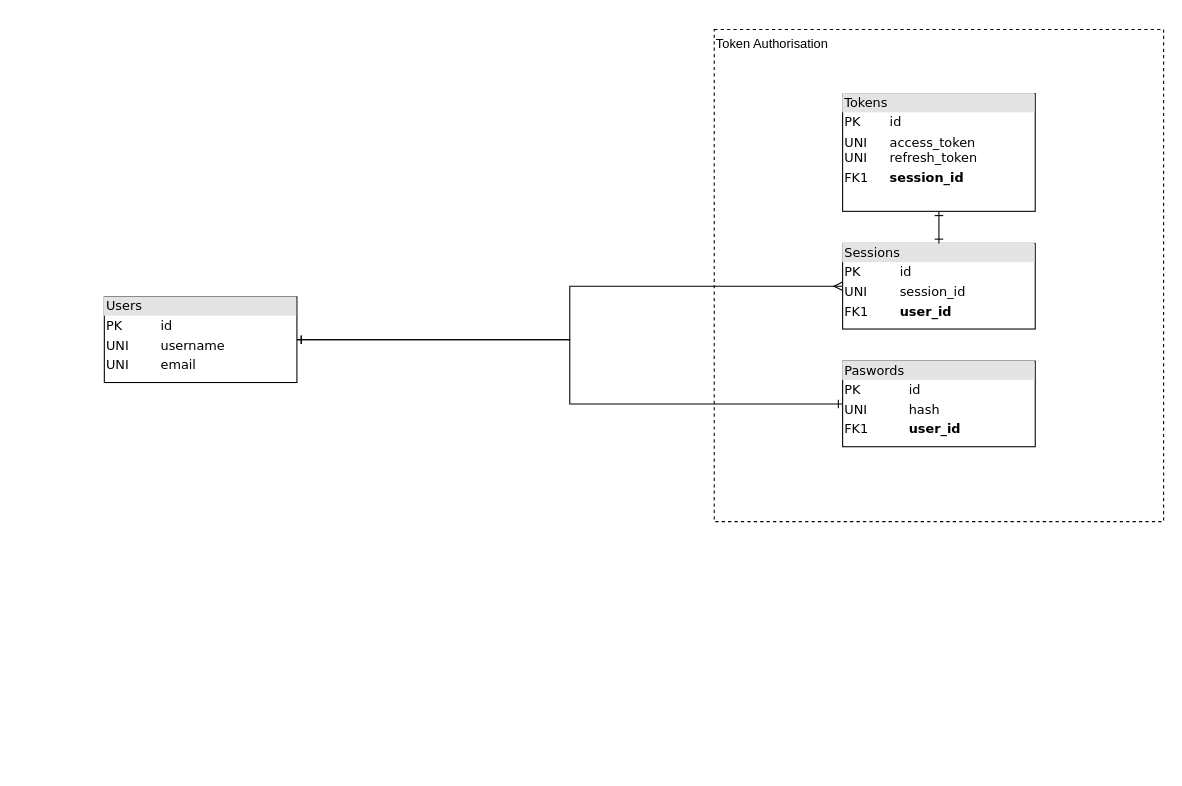
This is rateme.drawio from rateme-io/main, a draw.io file, before an edit. Source tidied: cells renumbered, new cells numbered last; positions are measured from the earlier drawing's top-left corner, leaving out a move shared by most shapes. Both pictures are drawn from the tidied source at 107%, with x=0, y=0 at pixel (104, 29).
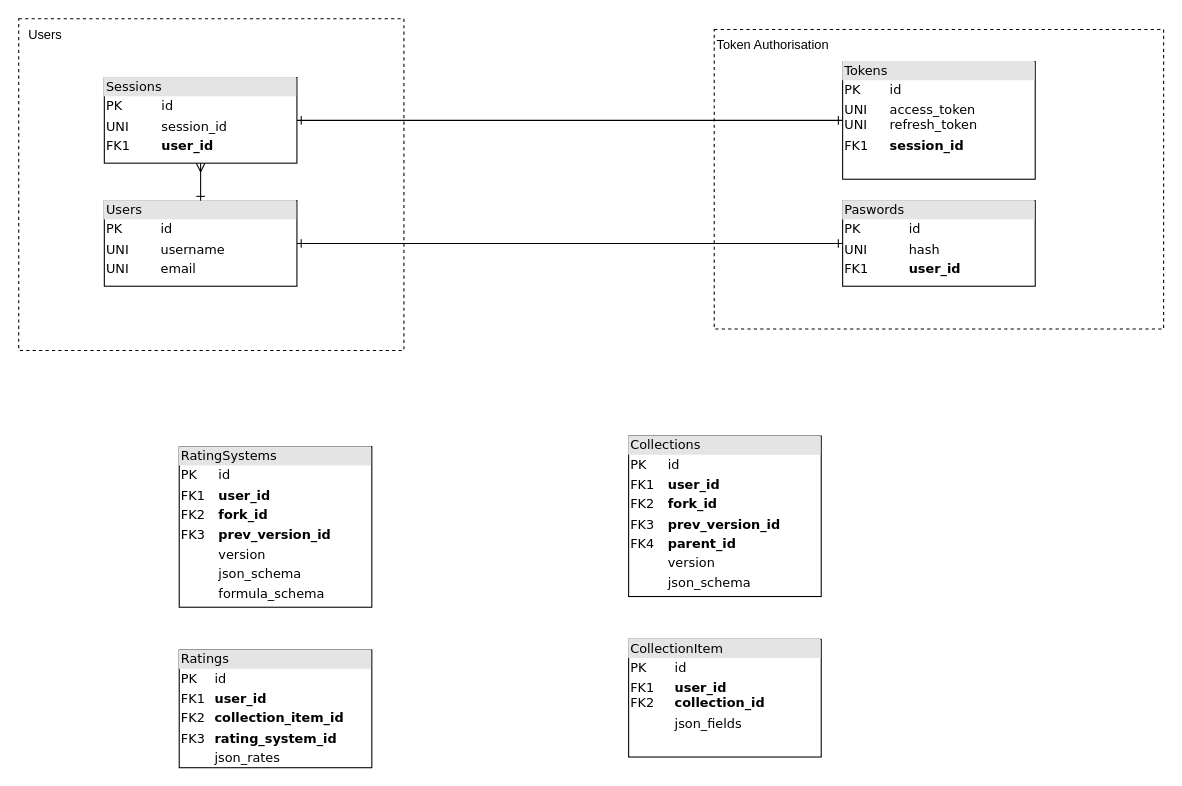
After the change.

Diff of the diagram source:
```diff
@@
+    <mxCell id="10" style="group;" parent="1" vertex="1">
+      <mxGeometry x="-80" y="-10" width="360" height="310" as="geometry" />
+    </mxCell>
-    <mxCell id="2" value="&lt;div style=&quot;box-sizing: border-box; width: 100%; background: rgb(228, 228, 228); padding: 2px;&quot;&gt;Users&lt;/div&gt;&lt;table style=&quot;width:100%;font-size:1em;&quot; cellpadding=&quot;2&quot; cellspacing=&quot;0&quot;&gt;&lt;tbody&gt;&lt;tr&gt;&lt;td&gt;PK&lt;/td&gt;&lt;td&gt;id&lt;/td&gt;&lt;/tr&gt;&lt;tr&gt;&lt;td&gt;UNI&lt;/td&gt;&lt;td&gt;username&lt;/td&gt;&lt;/tr&gt;&lt;tr&gt;&lt;td&gt;UNI&lt;/td&gt;&lt;td&gt;email&lt;/td&gt;&lt;/tr&gt;&lt;/tbody&gt;&lt;/table&gt;" style="verticalAlign=top;align=left;overflow=fill;html=1;rounded=0;shadow=0;comic=0;labelBackgroundColor=none;strokeWidth=1;fontFamily=Verdana;fontSize=12;" parent="1" vertex="1">
-      <mxGeometry y="250" width="180" height="80" as="geometry" />
+    <mxCell id="2" value="&lt;div style=&quot;box-sizing: border-box; width: 100%; background: rgb(228, 228, 228); padding: 2px;&quot;&gt;Users&lt;/div&gt;&lt;table style=&quot;width:100%;font-size:1em;&quot; cellpadding=&quot;2&quot; cellspacing=&quot;0&quot;&gt;&lt;tbody&gt;&lt;tr&gt;&lt;td&gt;PK&lt;/td&gt;&lt;td&gt;id&lt;/td&gt;&lt;/tr&gt;&lt;tr&gt;&lt;td&gt;UNI&lt;/td&gt;&lt;td&gt;username&lt;/td&gt;&lt;/tr&gt;&lt;tr&gt;&lt;td&gt;UNI&lt;/td&gt;&lt;td&gt;email&lt;/td&gt;&lt;/tr&gt;&lt;/tbody&gt;&lt;/table&gt;" style="verticalAlign=top;align=left;overflow=fill;html=1;rounded=0;shadow=0;comic=0;labelBackgroundColor=none;strokeWidth=1;fontFamily=Verdana;fontSize=12;" parent="10" vertex="1">
+      <mxGeometry x="80" y="170" width="180" height="80" as="geometry" />
     </mxCell>
-    <mxCell id="3" style="edgeStyle=orthogonalEdgeStyle;rounded=0;jettySize=auto;html=1;entryX=1;entryY=0.5;entryDx=0;entryDy=0;endArrow=ERone;endFill=0;startArrow=ERone;startFill=0;" parent="1" edge="1" source="4" target="2">
-      <mxGeometry relative="1" as="geometry" />
-    </mxCell>
-    <mxCell id="4" value="&lt;div style=&quot;box-sizing: border-box; width: 100%; background: rgb(228, 228, 228); padding: 2px;&quot;&gt;Paswords&lt;/div&gt;&lt;table style=&quot;width:100%;font-size:1em;&quot; cellpadding=&quot;2&quot; cellspacing=&quot;0&quot;&gt;&lt;tbody&gt;&lt;tr&gt;&lt;td&gt;PK&lt;/td&gt;&lt;td&gt;id&lt;/td&gt;&lt;/tr&gt;&lt;tr&gt;&lt;td&gt;UNI&lt;/td&gt;&lt;td&gt;hash&lt;/td&gt;&lt;/tr&gt;&lt;tr&gt;&lt;td&gt;FK1&lt;/td&gt;&lt;td&gt;&lt;b&gt;user_id&lt;/b&gt;&lt;/td&gt;&lt;/tr&gt;&lt;/tbody&gt;&lt;/table&gt;" style="verticalAlign=top;align=left;overflow=fill;html=1;rounded=0;shadow=0;comic=0;labelBackgroundColor=none;strokeWidth=1;fontFamily=Verdana;fontSize=12;" parent="1" vertex="1">
-      <mxGeometry x="690" y="310" width="180" height="80" as="geometry" />
-    </mxCell>
-    <mxCell id="5" style="edgeStyle=orthogonalEdgeStyle;rounded=0;jettySize=auto;html=1;endArrow=ERone;endFill=0;startArrow=ERmany;startFill=0;" parent="1" edge="1" source="6" target="2">
+    <mxCell id="5" style="edgeStyle=orthogonalEdgeStyle;rounded=0;jettySize=auto;html=1;endArrow=ERone;endFill=0;startArrow=ERmany;startFill=0;" parent="10" edge="1" source="6" target="2">
       <mxGeometry relative="1" as="geometry" />
     </mxCell>
-    <mxCell id="6" value="&lt;div style=&quot;box-sizing: border-box; width: 100%; background: rgb(228, 228, 228); padding: 2px;&quot;&gt;Sessions&lt;/div&gt;&lt;table style=&quot;width:100%;font-size:1em;&quot; cellpadding=&quot;2&quot; cellspacing=&quot;0&quot;&gt;&lt;tbody&gt;&lt;tr&gt;&lt;td&gt;PK&lt;/td&gt;&lt;td&gt;id&lt;/td&gt;&lt;/tr&gt;&lt;tr&gt;&lt;td&gt;UNI&lt;/td&gt;&lt;td&gt;session_id&lt;/td&gt;&lt;/tr&gt;&lt;tr&gt;&lt;td&gt;FK1&lt;/td&gt;&lt;td&gt;&lt;b&gt;user_id&lt;/b&gt;&lt;/td&gt;&lt;/tr&gt;&lt;/tbody&gt;&lt;/table&gt;" style="verticalAlign=top;align=left;overflow=fill;html=1;rounded=0;shadow=0;comic=0;labelBackgroundColor=none;strokeWidth=1;fontFamily=Verdana;fontSize=12;" parent="1" vertex="1">
-      <mxGeometry x="690" y="200" width="180" height="80" as="geometry" />
+    <mxCell id="6" value="&lt;div style=&quot;box-sizing: border-box; width: 100%; background: rgb(228, 228, 228); padding: 2px;&quot;&gt;Sessions&lt;/div&gt;&lt;table style=&quot;width:100%;font-size:1em;&quot; cellpadding=&quot;2&quot; cellspacing=&quot;0&quot;&gt;&lt;tbody&gt;&lt;tr&gt;&lt;td&gt;PK&lt;/td&gt;&lt;td&gt;id&lt;/td&gt;&lt;/tr&gt;&lt;tr&gt;&lt;td&gt;UNI&lt;/td&gt;&lt;td&gt;session_id&lt;/td&gt;&lt;/tr&gt;&lt;tr&gt;&lt;td&gt;FK1&lt;/td&gt;&lt;td&gt;&lt;b&gt;user_id&lt;/b&gt;&lt;/td&gt;&lt;/tr&gt;&lt;/tbody&gt;&lt;/table&gt;" style="verticalAlign=top;align=left;overflow=fill;html=1;rounded=0;shadow=0;comic=0;labelBackgroundColor=none;strokeWidth=1;fontFamily=Verdana;fontSize=12;" parent="10" vertex="1">
+      <mxGeometry x="80" y="55" width="180" height="80" as="geometry" />
     </mxCell>
+    <mxCell id="11" style="rounded=0;whiteSpace=wrap;html=1;fillColor=none;dashed=1;" parent="10" vertex="1">
+      <mxGeometry width="360" height="310" as="geometry" />
+    </mxCell>
+    <mxCell id="12" value="Users" style="text;html=1;align=center;verticalAlign=middle;whiteSpace=wrap;rounded=0;" parent="10" vertex="1">
+      <mxGeometry width="50" height="30" as="geometry" />
+    </mxCell>
+    <mxCell id="13" parent="0" />
+    <mxCell id="14" style="edgeStyle=orthogonalEdgeStyle;rounded=0;jettySize=auto;html=1;entryX=1;entryY=0.5;entryDx=0;entryDy=0;endArrow=ERone;endFill=0;startArrow=ERone;startFill=0;" parent="13" edge="1" source="4">
+      <mxGeometry relative="1" as="geometry" />
+    </mxCell>
+    <mxCell id="3" style="edgeStyle=orthogonalEdgeStyle;rounded=0;jettySize=auto;html=1;entryX=1;entryY=0.5;entryDx=0;entryDy=0;endArrow=ERone;endFill=0;startArrow=ERone;startFill=0;" parent="13" edge="1" source="4" target="2">
+      <mxGeometry relative="1" as="geometry" />
+    </mxCell>
+    <mxCell id="15" style="edgeStyle=orthogonalEdgeStyle;rounded=0;jettySize=auto;html=1;entryX=1;entryY=0.5;entryDx=0;entryDy=0;endArrow=ERone;endFill=0;startArrow=ERone;startFill=0;" parent="13" edge="1" source="8">
+      <mxGeometry relative="1" as="geometry" />
+    </mxCell>
-    <mxCell id="7" style="edgeStyle=orthogonalEdgeStyle;rounded=0;jettySize=auto;html=1;entryX=0.5;entryY=0;entryDx=0;entryDy=0;endArrow=ERone;endFill=0;startArrow=ERone;startFill=0;" parent="1" edge="1" source="8" target="6">
+    <mxCell id="7" style="edgeStyle=orthogonalEdgeStyle;rounded=0;jettySize=auto;html=1;entryX=1;entryY=0.5;entryDx=0;entryDy=0;endArrow=ERone;endFill=0;startArrow=ERone;startFill=0;" parent="13" edge="1" source="8" target="6">
       <mxGeometry relative="1" as="geometry" />
     </mxCell>
+    <mxCell id="16" style="group;" parent="13" vertex="1">
+      <mxGeometry x="570" width="420" height="280" as="geometry" />
+    </mxCell>
+    <mxCell id="17" style="group;" parent="16" vertex="1">
+      <mxGeometry width="420" height="280" as="geometry" />
+    </mxCell>
+    <mxCell id="18" value="&lt;div&gt;&lt;br&gt;&lt;/div&gt;" style="rounded=0;whiteSpace=wrap;html=1;fillColor=none;dashed=1;align=left;" parent="17" vertex="1">
+      <mxGeometry width="420" height="280" as="geometry" />
+    </mxCell>
+    <mxCell id="9" value="Token Authorisation" style="text;html=1;align=center;verticalAlign=middle;whiteSpace=wrap;rounded=0;" parent="17" vertex="1">
+      <mxGeometry width="110" height="30" as="geometry" />
+    </mxCell>
+    <mxCell id="4" value="&lt;div style=&quot;box-sizing: border-box; width: 100%; background: rgb(228, 228, 228); padding: 2px;&quot;&gt;Paswords&lt;/div&gt;&lt;table style=&quot;width:100%;font-size:1em;&quot; cellpadding=&quot;2&quot; cellspacing=&quot;0&quot;&gt;&lt;tbody&gt;&lt;tr&gt;&lt;td&gt;PK&lt;/td&gt;&lt;td&gt;id&lt;/td&gt;&lt;/tr&gt;&lt;tr&gt;&lt;td&gt;UNI&lt;/td&gt;&lt;td&gt;hash&lt;/td&gt;&lt;/tr&gt;&lt;tr&gt;&lt;td&gt;FK1&lt;/td&gt;&lt;td&gt;&lt;b&gt;user_id&lt;/b&gt;&lt;/td&gt;&lt;/tr&gt;&lt;/tbody&gt;&lt;/table&gt;" style="verticalAlign=top;align=left;overflow=fill;html=1;rounded=0;shadow=0;comic=0;labelBackgroundColor=none;strokeWidth=1;fontFamily=Verdana;fontSize=12;" parent="16" vertex="1">
+      <mxGeometry x="120" y="160" width="180" height="80" as="geometry" />
+    </mxCell>
-    <mxCell id="8" value="&lt;div style=&quot;box-sizing: border-box; width: 100%; background: rgb(228, 228, 228); padding: 2px;&quot;&gt;Tokens&lt;/div&gt;&lt;table style=&quot;width:100%;font-size:1em;&quot; cellpadding=&quot;2&quot; cellspacing=&quot;0&quot;&gt;&lt;tbody&gt;&lt;tr&gt;&lt;td&gt;PK&lt;/td&gt;&lt;td&gt;id&lt;/td&gt;&lt;/tr&gt;&lt;tr&gt;&lt;td&gt;UNI&lt;br&gt;UNI&lt;/td&gt;&lt;td&gt;access_token&lt;br&gt;refresh_token&lt;/td&gt;&lt;/tr&gt;&lt;tr&gt;&lt;td&gt;FK1&lt;/td&gt;&lt;td&gt;&lt;b&gt;session_id&lt;/b&gt;&lt;/td&gt;&lt;/tr&gt;&lt;/tbody&gt;&lt;/table&gt;" style="verticalAlign=top;align=left;overflow=fill;html=1;rounded=0;shadow=0;comic=0;labelBackgroundColor=none;strokeWidth=1;fontFamily=Verdana;fontSize=12;" parent="1" vertex="1">
-      <mxGeometry x="690" y="60" width="180" height="110" as="geometry" />
+    <mxCell id="8" value="&lt;div style=&quot;box-sizing: border-box; width: 100%; background: rgb(228, 228, 228); padding: 2px;&quot;&gt;Tokens&lt;/div&gt;&lt;table style=&quot;width:100%;font-size:1em;&quot; cellpadding=&quot;2&quot; cellspacing=&quot;0&quot;&gt;&lt;tbody&gt;&lt;tr&gt;&lt;td&gt;PK&lt;/td&gt;&lt;td&gt;id&lt;/td&gt;&lt;/tr&gt;&lt;tr&gt;&lt;td&gt;UNI&lt;br&gt;UNI&lt;/td&gt;&lt;td&gt;access_token&lt;br&gt;refresh_token&lt;/td&gt;&lt;/tr&gt;&lt;tr&gt;&lt;td&gt;FK1&lt;/td&gt;&lt;td&gt;&lt;b&gt;session_id&lt;/b&gt;&lt;/td&gt;&lt;/tr&gt;&lt;/tbody&gt;&lt;/table&gt;" style="verticalAlign=top;align=left;overflow=fill;html=1;rounded=0;shadow=0;comic=0;labelBackgroundColor=none;strokeWidth=1;fontFamily=Verdana;fontSize=12;" parent="16" vertex="1">
+      <mxGeometry x="120" y="30" width="180" height="110" as="geometry" />
     </mxCell>
-    <mxCell id="9" value="Token Authorisation&lt;div&gt;&lt;br&gt;&lt;/div&gt;&lt;div&gt;&lt;br&gt;&lt;/div&gt;&lt;div&gt;&lt;br&gt;&lt;/div&gt;&lt;div&gt;&lt;br&gt;&lt;/div&gt;&lt;div&gt;&lt;br&gt;&lt;/div&gt;&lt;div&gt;&lt;br&gt;&lt;/div&gt;&lt;div&gt;&lt;br&gt;&lt;/div&gt;&lt;div&gt;&lt;br&gt;&lt;/div&gt;&lt;div&gt;&lt;br&gt;&lt;/div&gt;&lt;div&gt;&lt;br&gt;&lt;/div&gt;&lt;div&gt;&lt;br&gt;&lt;/div&gt;&lt;div&gt;&lt;br&gt;&lt;/div&gt;&lt;div&gt;&lt;br&gt;&lt;/div&gt;&lt;div&gt;&lt;br&gt;&lt;/div&gt;&lt;div&gt;&lt;br&gt;&lt;/div&gt;&lt;div&gt;&lt;br&gt;&lt;/div&gt;&lt;div&gt;&lt;br&gt;&lt;/div&gt;&lt;div&gt;&lt;br&gt;&lt;/div&gt;&lt;div&gt;&lt;br&gt;&lt;/div&gt;&lt;div&gt;&lt;br&gt;&lt;/div&gt;&lt;div&gt;&lt;br&gt;&lt;/div&gt;&lt;div&gt;&lt;br&gt;&lt;/div&gt;&lt;div&gt;&lt;br&gt;&lt;/div&gt;&lt;div&gt;&lt;br&gt;&lt;/div&gt;&lt;div&gt;&lt;br&gt;&lt;/div&gt;&lt;div&gt;&lt;br&gt;&lt;/div&gt;&lt;div&gt;&lt;br&gt;&lt;/div&gt;&lt;div&gt;&lt;br&gt;&lt;/div&gt;&lt;div&gt;&lt;br&gt;&lt;/div&gt;&lt;div&gt;&lt;br&gt;&lt;/div&gt;" style="rounded=0;whiteSpace=wrap;html=1;fillColor=none;dashed=1;align=left;" parent="1" vertex="1">
-      <mxGeometry x="570" width="420" height="460" as="geometry" />
-    </mxCell>
+    <mxCell id="19" parent="0" />
+    <mxCell id="20" value="&lt;div style=&quot;box-sizing: border-box; width: 100%; background: rgb(228, 228, 228); padding: 2px;&quot;&gt;Collections&lt;/div&gt;&lt;table style=&quot;width:100%;font-size:1em;&quot; cellpadding=&quot;2&quot; cellspacing=&quot;0&quot;&gt;&lt;tbody&gt;&lt;tr&gt;&lt;td&gt;PK&lt;/td&gt;&lt;td&gt;id&lt;/td&gt;&lt;/tr&gt;&lt;tr&gt;&lt;td&gt;FK1&lt;/td&gt;&lt;td&gt;&lt;b&gt;user_id&lt;/b&gt;&lt;/td&gt;&lt;/tr&gt;&lt;tr&gt;&lt;td&gt;FK2&lt;/td&gt;&lt;td&gt;&lt;b&gt;fork_id&lt;/b&gt;&lt;/td&gt;&lt;/tr&gt;&lt;tr&gt;&lt;td&gt;FK3&lt;/td&gt;&lt;td&gt;&lt;b&gt;prev_version_id&lt;/b&gt;&lt;/td&gt;&lt;/tr&gt;&lt;tr&gt;&lt;td&gt;FK4&lt;/td&gt;&lt;td&gt;&lt;b&gt;parent_id&lt;/b&gt;&lt;/td&gt;&lt;/tr&gt;&lt;tr&gt;&lt;td&gt;&lt;br&gt;&lt;/td&gt;&lt;td&gt;version&lt;/td&gt;&lt;/tr&gt;&lt;tr&gt;&lt;td&gt;&lt;br&gt;&lt;/td&gt;&lt;td&gt;json_schema&lt;/td&gt;&lt;/tr&gt;&lt;/tbody&gt;&lt;/table&gt;" style="verticalAlign=top;align=left;overflow=fill;html=1;rounded=0;shadow=0;comic=0;labelBackgroundColor=none;strokeWidth=1;fontFamily=Verdana;fontSize=12;" parent="19" vertex="1">
+      <mxGeometry x="490" y="380" width="180" height="150" as="geometry" />
+    </mxCell>
+    <mxCell id="21" value="&lt;div style=&quot;box-sizing: border-box; width: 100%; background: rgb(228, 228, 228); padding: 2px;&quot;&gt;RatingSystems&lt;/div&gt;&lt;table style=&quot;width:100%;font-size:1em;&quot; cellpadding=&quot;2&quot; cellspacing=&quot;0&quot;&gt;&lt;tbody&gt;&lt;tr&gt;&lt;td&gt;PK&lt;/td&gt;&lt;td&gt;id&lt;/td&gt;&lt;/tr&gt;&lt;tr&gt;&lt;td&gt;FK1&lt;/td&gt;&lt;td&gt;&lt;b&gt;user_id&lt;/b&gt;&lt;/td&gt;&lt;/tr&gt;&lt;tr&gt;&lt;td&gt;FK2&lt;/td&gt;&lt;td&gt;&lt;b&gt;fork_id&lt;/b&gt;&lt;/td&gt;&lt;/tr&gt;&lt;tr&gt;&lt;td&gt;FK3&lt;/td&gt;&lt;td&gt;&lt;b&gt;prev_version_id&lt;/b&gt;&lt;/td&gt;&lt;/tr&gt;&lt;tr&gt;&lt;td&gt;&lt;br&gt;&lt;/td&gt;&lt;td&gt;version&lt;/td&gt;&lt;/tr&gt;&lt;tr&gt;&lt;td&gt;&lt;br&gt;&lt;/td&gt;&lt;td&gt;json_schema&lt;/td&gt;&lt;/tr&gt;&lt;tr&gt;&lt;td&gt;&lt;br&gt;&lt;/td&gt;&lt;td&gt;formula_schema&lt;/td&gt;&lt;/tr&gt;&lt;tr&gt;&lt;td&gt;&lt;br&gt;&lt;br&gt;&lt;/td&gt;&lt;td&gt;&lt;br&gt;&lt;/td&gt;&lt;/tr&gt;&lt;tr&gt;&lt;td&gt;&lt;br&gt;&lt;/td&gt;&lt;td&gt;&lt;br&gt;&lt;/td&gt;&lt;/tr&gt;&lt;tr&gt;&lt;td&gt;&lt;br&gt;&lt;/td&gt;&lt;td&gt;&lt;br&gt;&lt;/td&gt;&lt;/tr&gt;&lt;tr&gt;&lt;td&gt;&lt;br&gt;&lt;/td&gt;&lt;td&gt;&lt;br&gt;&lt;/td&gt;&lt;/tr&gt;&lt;/tbody&gt;&lt;/table&gt;" style="verticalAlign=top;align=left;overflow=fill;html=1;rounded=0;shadow=0;comic=0;labelBackgroundColor=none;strokeWidth=1;fontFamily=Verdana;fontSize=12;" parent="19" vertex="1">
+      <mxGeometry x="70" y="390" width="180" height="150" as="geometry" />
+    </mxCell>
+    <mxCell id="22" value="&lt;div style=&quot;box-sizing: border-box; width: 100%; background: rgb(228, 228, 228); padding: 2px;&quot;&gt;CollectionItem&lt;/div&gt;&lt;table style=&quot;width:100%;font-size:1em;&quot; cellpadding=&quot;2&quot; cellspacing=&quot;0&quot;&gt;&lt;tbody&gt;&lt;tr&gt;&lt;td&gt;PK&lt;/td&gt;&lt;td&gt;id&lt;/td&gt;&lt;/tr&gt;&lt;tr&gt;&lt;td&gt;FK1&lt;br&gt;FK2&lt;/td&gt;&lt;td&gt;&lt;b&gt;user_id&lt;/b&gt;&lt;br&gt;&lt;b&gt;collection_id&lt;/b&gt;&lt;/td&gt;&lt;/tr&gt;&lt;tr&gt;&lt;td&gt;&lt;br&gt;&lt;/td&gt;&lt;td&gt;json_fields&lt;/td&gt;&lt;/tr&gt;&lt;/tbody&gt;&lt;/table&gt;" style="verticalAlign=top;align=left;overflow=fill;html=1;rounded=0;shadow=0;comic=0;labelBackgroundColor=none;strokeWidth=1;fontFamily=Verdana;fontSize=12;" parent="19" vertex="1">
+      <mxGeometry x="490" y="570" width="180" height="110" as="geometry" />
+    </mxCell>
+    <mxCell id="23" value="&lt;div style=&quot;box-sizing: border-box; width: 100%; background: rgb(228, 228, 228); padding: 2px;&quot;&gt;Ratings&lt;/div&gt;&lt;table style=&quot;width:100%;font-size:1em;&quot; cellpadding=&quot;2&quot; cellspacing=&quot;0&quot;&gt;&lt;tbody&gt;&lt;tr&gt;&lt;td&gt;PK&lt;/td&gt;&lt;td&gt;id&lt;/td&gt;&lt;/tr&gt;&lt;tr&gt;&lt;td&gt;FK1&lt;/td&gt;&lt;td&gt;&lt;b&gt;user_id&lt;/b&gt;&lt;/td&gt;&lt;/tr&gt;&lt;tr&gt;&lt;td&gt;FK2&lt;/td&gt;&lt;td&gt;&lt;b&gt;collection_item_id&lt;/b&gt;&lt;/td&gt;&lt;/tr&gt;&lt;tr&gt;&lt;td&gt;FK3&lt;/td&gt;&lt;td&gt;&lt;b&gt;rating_system_id&lt;/b&gt;&lt;/td&gt;&lt;/tr&gt;&lt;tr&gt;&lt;td&gt;&lt;br&gt;&lt;/td&gt;&lt;td&gt;json_rates&lt;/td&gt;&lt;/tr&gt;&lt;tr&gt;&lt;td&gt;&lt;br&gt;&lt;/td&gt;&lt;td&gt;&lt;br&gt;&lt;/td&gt;&lt;/tr&gt;&lt;tr&gt;&lt;td&gt;&lt;br&gt;&lt;br&gt;&lt;/td&gt;&lt;td&gt;&lt;br&gt;&lt;/td&gt;&lt;/tr&gt;&lt;tr&gt;&lt;td&gt;&lt;br&gt;&lt;/td&gt;&lt;td&gt;&lt;br&gt;&lt;/td&gt;&lt;/tr&gt;&lt;tr&gt;&lt;td&gt;&lt;br&gt;&lt;/td&gt;&lt;td&gt;&lt;br&gt;&lt;/td&gt;&lt;/tr&gt;&lt;/tbody&gt;&lt;/table&gt;" style="verticalAlign=top;align=left;overflow=fill;html=1;rounded=0;shadow=0;comic=0;labelBackgroundColor=none;strokeWidth=1;fontFamily=Verdana;fontSize=12;" parent="19" vertex="1">
+      <mxGeometry x="70" y="580" width="180" height="110" as="geometry" />
+    </mxCell>
```
